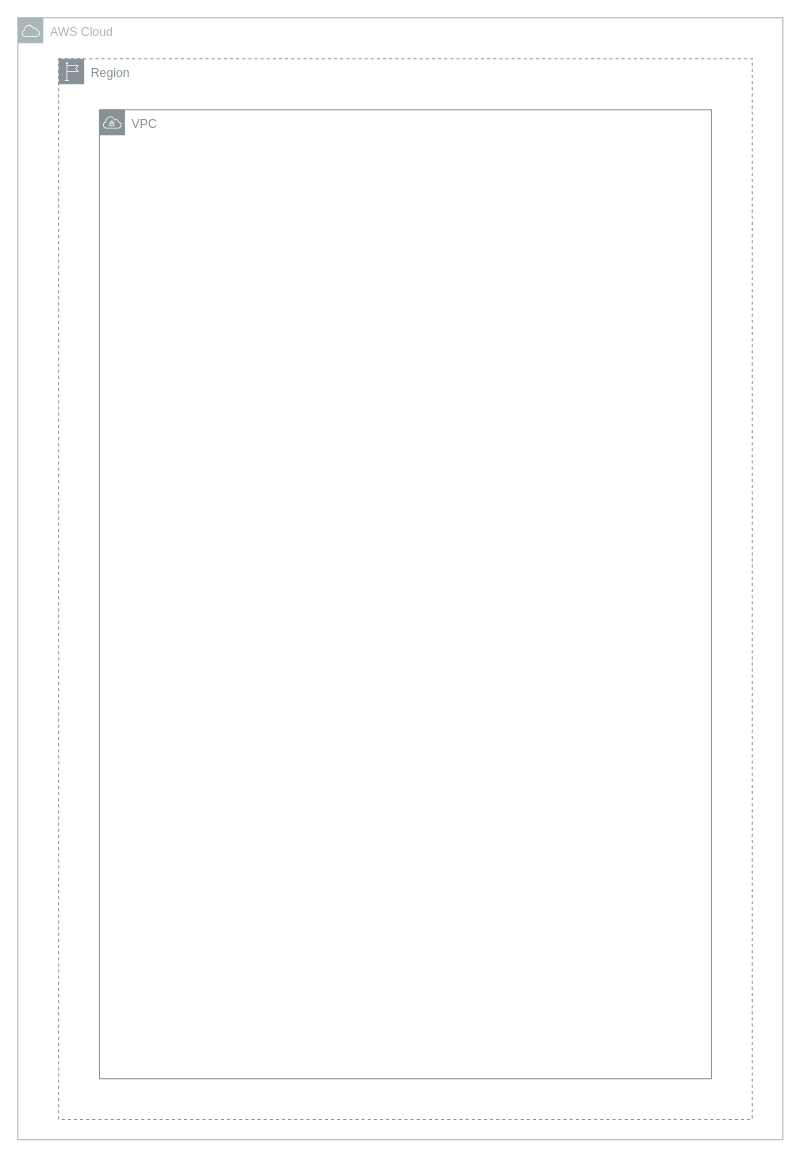
newcoder310/architecture keeps this draw.io diagram as src/doc/payfast/Untitled Diagram.drawio. Above is the earlier version. Source tidied: cells renumbered, new cells numbered last; positions are measured from the earlier drawing's top-left corner, leaving out a move shared by most shapes. Both pictures are drawn from the tidied source at 102%, with x=0, y=0 at pixel (17, 17).
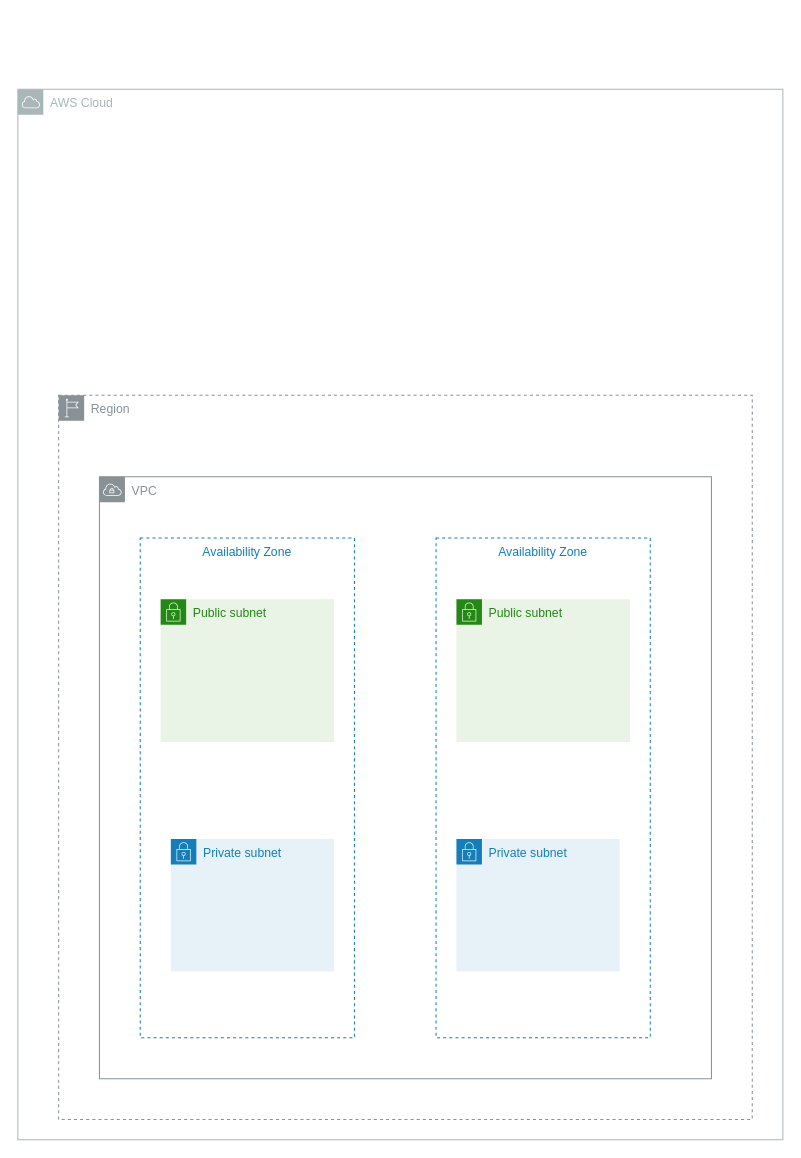
The same page after the edit.

What changed in the source:
```diff
@@
 <mxGraphModel>
   <root>
     <mxCell id="0" />
     <mxCell id="1" parent="0" />
     <mxCell id="2" value="AWS Cloud" style="sketch=0;gradientColor=none;html=1;whiteSpace=wrap;fontSize=12;fontStyle=0;shape=mxgraph.aws4.group;grIcon=mxgraph.aws4.group_aws_cloud;strokeColor=#AAB7B8;fillColor=none;verticalAlign=top;align=left;spacingLeft=30;fontColor=#AAB7B8;dashed=0;" parent="1" vertex="1">
-      <mxGeometry width="750" height="1100" as="geometry" />
+      <mxGeometry y="70" width="750" height="1030" as="geometry" />
     </mxCell>
     <mxCell id="3" value="Region" style="sketch=0;gradientColor=none;html=1;whiteSpace=wrap;fontSize=12;fontStyle=0;shape=mxgraph.aws4.group;grIcon=mxgraph.aws4.group_region;strokeColor=#879196;fillColor=none;verticalAlign=top;align=left;spacingLeft=30;fontColor=#879196;dashed=1;" parent="1" vertex="1">
-      <mxGeometry x="40" y="40" width="680" height="1040" as="geometry" />
+      <mxGeometry x="40" y="370" width="680" height="710" as="geometry" />
     </mxCell>
     <mxCell id="4" value="VPC" style="sketch=0;gradientColor=none;html=1;whiteSpace=wrap;fontSize=12;fontStyle=0;shape=mxgraph.aws4.group;grIcon=mxgraph.aws4.group_vpc;strokeColor=#879196;fillColor=none;verticalAlign=top;align=left;spacingLeft=30;fontColor=#879196;dashed=0;" parent="1" vertex="1">
-      <mxGeometry x="80" y="90" width="600" height="950" as="geometry" />
+      <mxGeometry x="80" y="450" width="600" height="590" as="geometry" />
     </mxCell>
+    <mxCell id="5" value="Availability Zone" style="fillColor=none;strokeColor=#147EBA;dashed=1;verticalAlign=top;fontStyle=0;fontColor=#147EBA;whiteSpace=wrap;html=1;" parent="1" vertex="1">
+      <mxGeometry x="120" y="510" width="210" height="490" as="geometry" />
+    </mxCell>
+    <mxCell id="6" value="Public subnet" style="gradientColor=none;html=1;whiteSpace=wrap;fontSize=12;fontStyle=0;shape=mxgraph.aws4.group;grIcon=mxgraph.aws4.group_security_group;grStroke=0;strokeColor=#248814;fillColor=#E9F3E6;verticalAlign=top;align=left;spacingLeft=30;fontColor=#248814;dashed=0;" parent="1" vertex="1">
+      <mxGeometry x="140" y="570" width="170" height="140" as="geometry" />
+    </mxCell>
+    <mxCell id="7" value="Private subnet" style="gradientColor=none;html=1;whiteSpace=wrap;fontSize=12;fontStyle=0;shape=mxgraph.aws4.group;grIcon=mxgraph.aws4.group_security_group;grStroke=0;strokeColor=#147EBA;fillColor=#E6F2F8;verticalAlign=top;align=left;spacingLeft=30;fontColor=#147EBA;dashed=0;" parent="1" vertex="1">
+      <mxGeometry x="150" y="805" width="160" height="130" as="geometry" />
+    </mxCell>
+    <mxCell id="8" value="Public subnet" style="gradientColor=none;html=1;whiteSpace=wrap;fontSize=12;fontStyle=0;shape=mxgraph.aws4.group;grIcon=mxgraph.aws4.group_security_group;grStroke=0;strokeColor=#248814;fillColor=#E9F3E6;verticalAlign=top;align=left;spacingLeft=30;fontColor=#248814;dashed=0;" parent="1" vertex="1">
+      <mxGeometry x="430" y="570" width="170" height="140" as="geometry" />
+    </mxCell>
+    <mxCell id="9" value="Private subnet" style="gradientColor=none;html=1;whiteSpace=wrap;fontSize=12;fontStyle=0;shape=mxgraph.aws4.group;grIcon=mxgraph.aws4.group_security_group;grStroke=0;strokeColor=#147EBA;fillColor=#E6F2F8;verticalAlign=top;align=left;spacingLeft=30;fontColor=#147EBA;dashed=0;" parent="1" vertex="1">
+      <mxGeometry x="430" y="805" width="160" height="130" as="geometry" />
+    </mxCell>
+    <mxCell id="10" value="Availability Zone" style="fillColor=none;strokeColor=#147EBA;dashed=1;verticalAlign=top;fontStyle=0;fontColor=#147EBA;whiteSpace=wrap;html=1;" parent="1" vertex="1">
+      <mxGeometry x="410" y="510" width="210" height="490" as="geometry" />
+    </mxCell>
   </root>
 </mxGraphModel>
```
